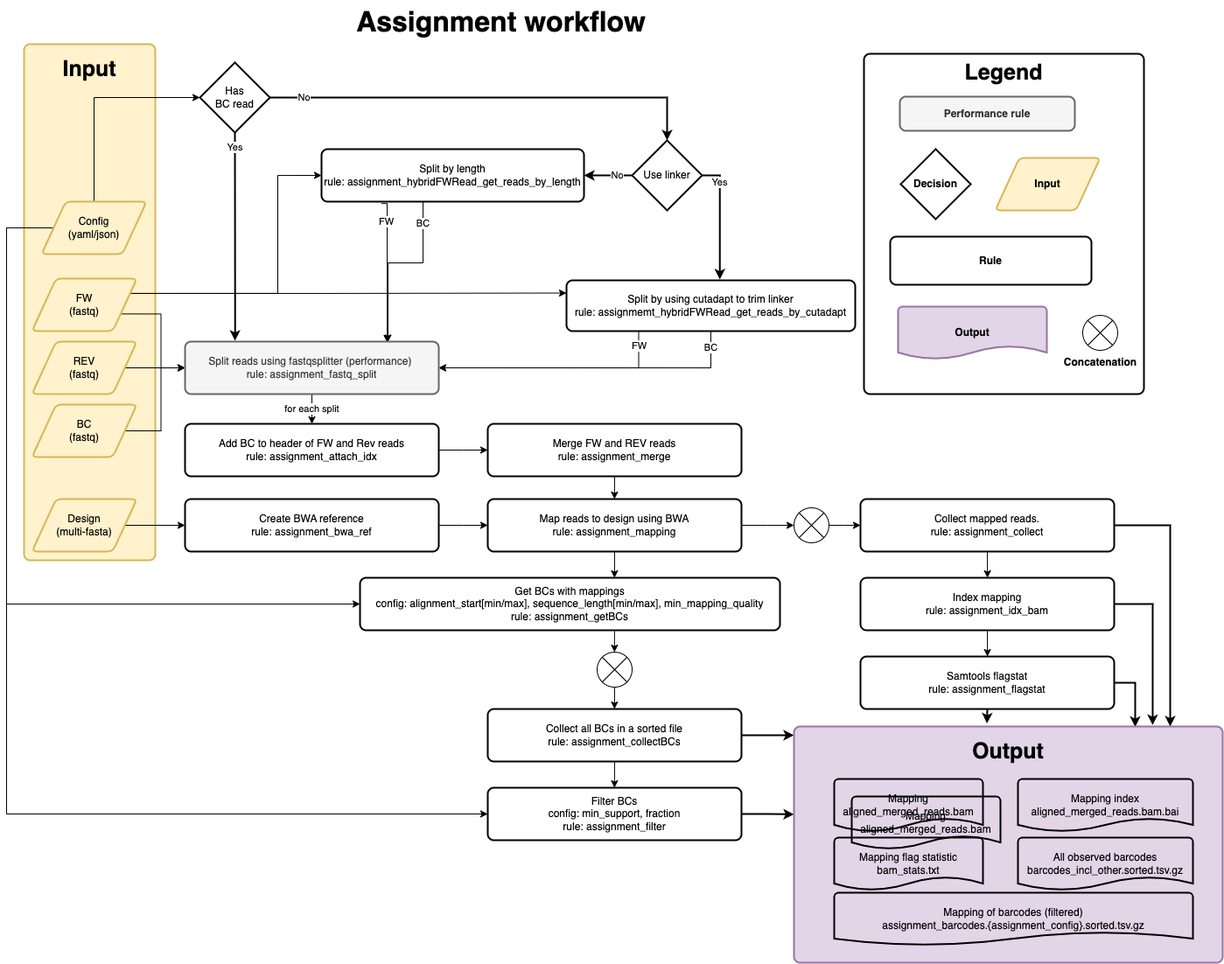
Earlier version of the draw.io export docs/MPRAsnakeflow_assignment.png (kircherlab/MPRAsnakeflow). Source tidied: cells renumbered, new cells last; positions are measured from the earlier drawing's top-left corner, leaving out a move shared by most shapes.
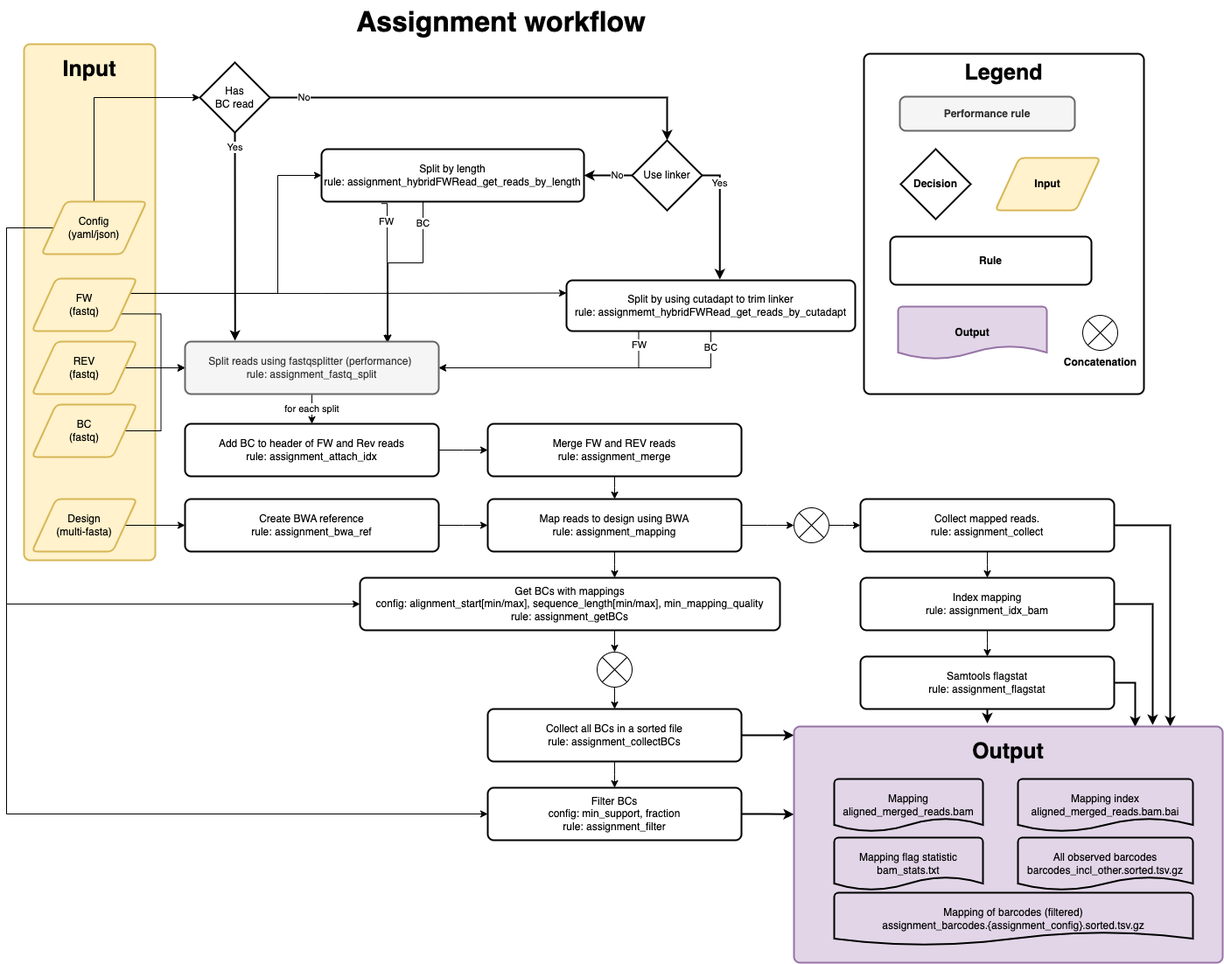
After the change.

Commit message:
docs: assignment workflow update

The edit, as a diff of the source:
```diff
@@ -250,9 +250,6 @@
     <mxCell id="67" value="Mapping of barcodes (filtered)&lt;br&gt;assignment_barcodes.{assignment_config}.sorted.tsv.gz" style="strokeWidth=2;html=1;shape=mxgraph.flowchart.document2;whiteSpace=wrap;size=0.25;fontFamily=Helvetica;fillColor=none;" parent="61" vertex="1">
       <mxGeometry x="46" y="190" width="410" height="60" as="geometry" />
     </mxCell>
-    <mxCell id="68" value="Mapping&lt;br&gt;aligned_merged_reads.bam" style="strokeWidth=2;html=1;shape=mxgraph.flowchart.document2;whiteSpace=wrap;size=0.25;fontFamily=Helvetica;fillColor=none;" parent="1" vertex="1">
-      <mxGeometry x="966" y="910" width="170" height="60" as="geometry" />
-    </mxCell>
     <mxCell id="69" style="group;" parent="1" vertex="1">
       <mxGeometry x="980" y="61" width="320" height="389" as="geometry" />
     </mxCell>
```
